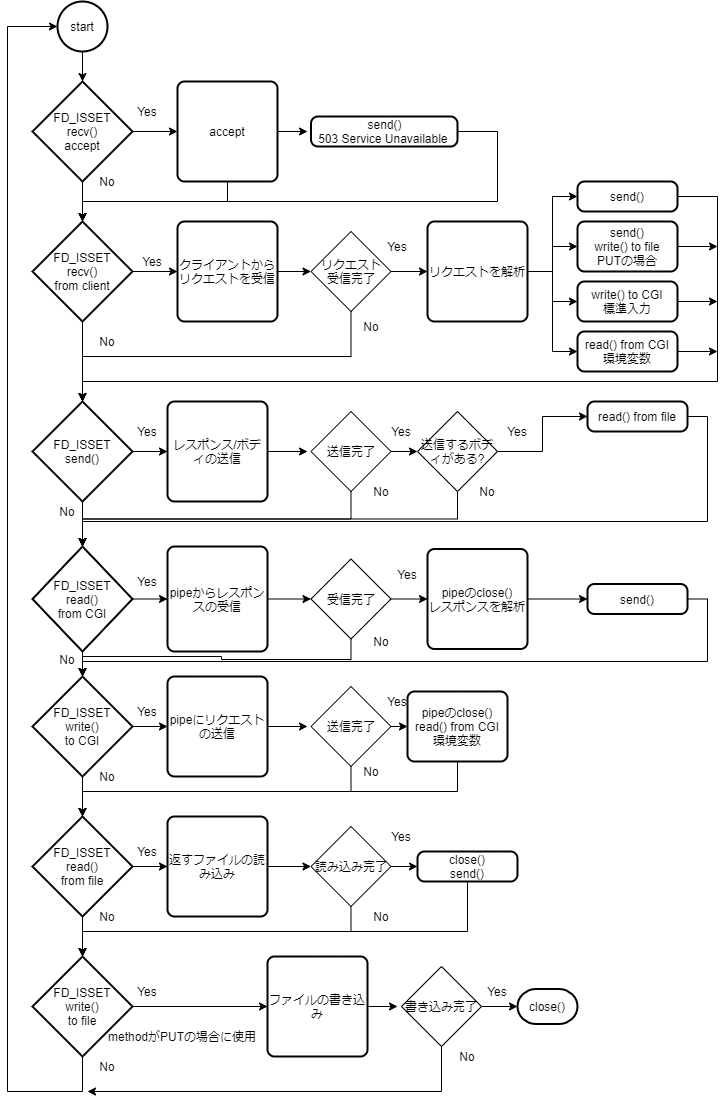
hiroin/webserv keeps this draw.io diagram as drawio/select.dio.png. Above is the earlier version. Source tidied: cells renumbered, new cells last; positions are measured from the earlier drawing's top-left corner, leaving out a move shared by most shapes.
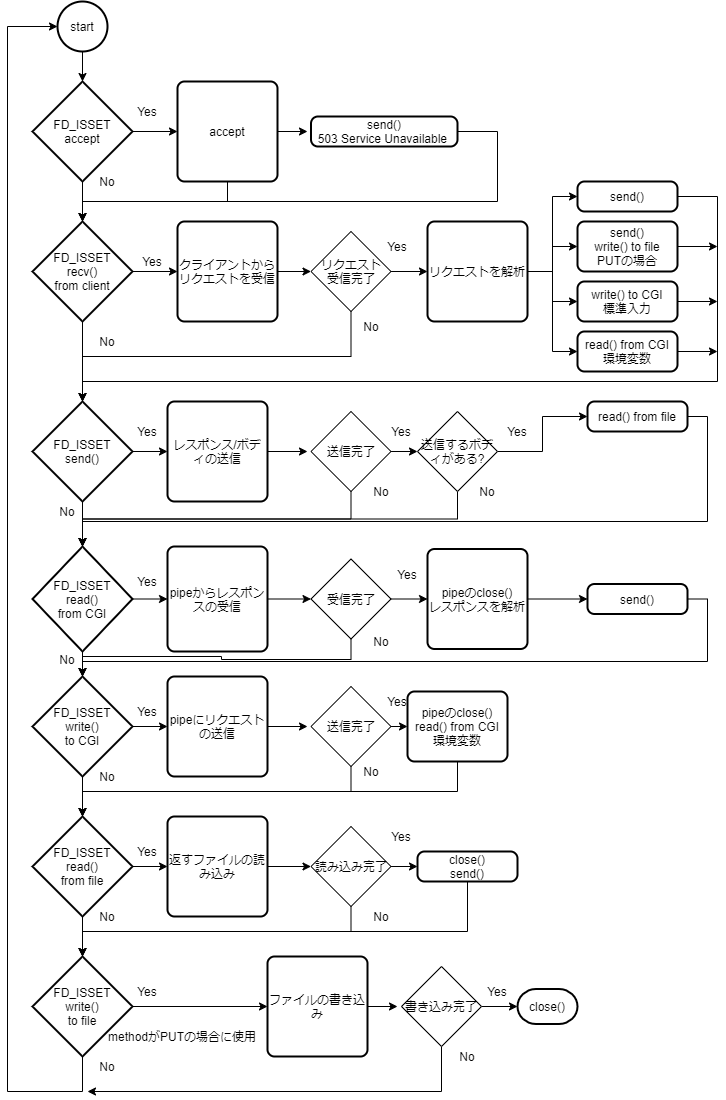
Later version of the same file.

The edit, as a diff of the source:
```diff
@@ -17,7 +17,7 @@
     <mxCell id="6" style="edgeStyle=orthogonalEdgeStyle;rounded=0;jettySize=auto;html=1;exitX=1;exitY=0.5;exitDx=0;exitDy=0;exitPerimeter=0;entryX=0;entryY=0.5;entryDx=0;entryDy=0;" parent="1" edge="1" source="7" target="45">
       <mxGeometry relative="1" as="geometry" />
     </mxCell>
-    <mxCell id="7" value="FD_ISSET&lt;br&gt;recv()&lt;br&gt;accept" style="strokeWidth=2;html=1;shape=mxgraph.flowchart.decision;whiteSpace=wrap;" parent="1" vertex="1">
+    <mxCell id="7" value="FD_ISSET&lt;br&gt;accept" style="strokeWidth=2;html=1;shape=mxgraph.flowchart.decision;whiteSpace=wrap;" parent="1" vertex="1">
       <mxGeometry x="25" y="80" width="100" height="100" as="geometry" />
     </mxCell>
     <mxCell id="8" style="edgeStyle=orthogonalEdgeStyle;rounded=0;jettySize=auto;html=1;exitX=0.5;exitY=1;exitDx=0;exitDy=0;exitPerimeter=0;entryX=0.5;entryY=0;entryDx=0;entryDy=0;entryPerimeter=0;" parent="1" edge="1" source="9" target="15">
```
